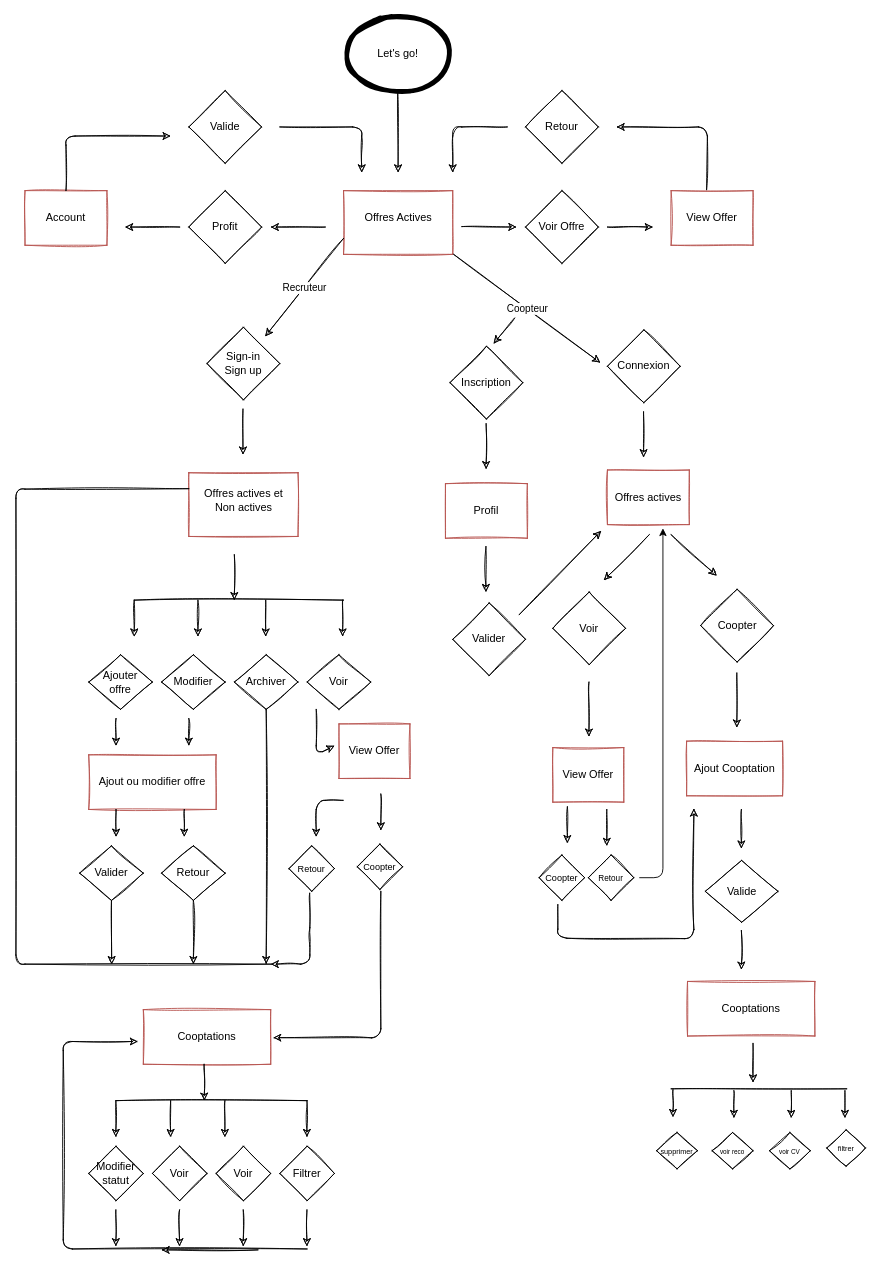
This is Untitled Diagram.drawio from ilanashley/EasyCoopt, a draw.io file, before an edit. Source tidied: cells renumbered, new cells numbered last; positions are measured from the earlier drawing's top-left corner, leaving out a move shared by most shapes. Both pictures are drawn from the tidied source at 91%, with x=0, y=0 at pixel (15, 17).
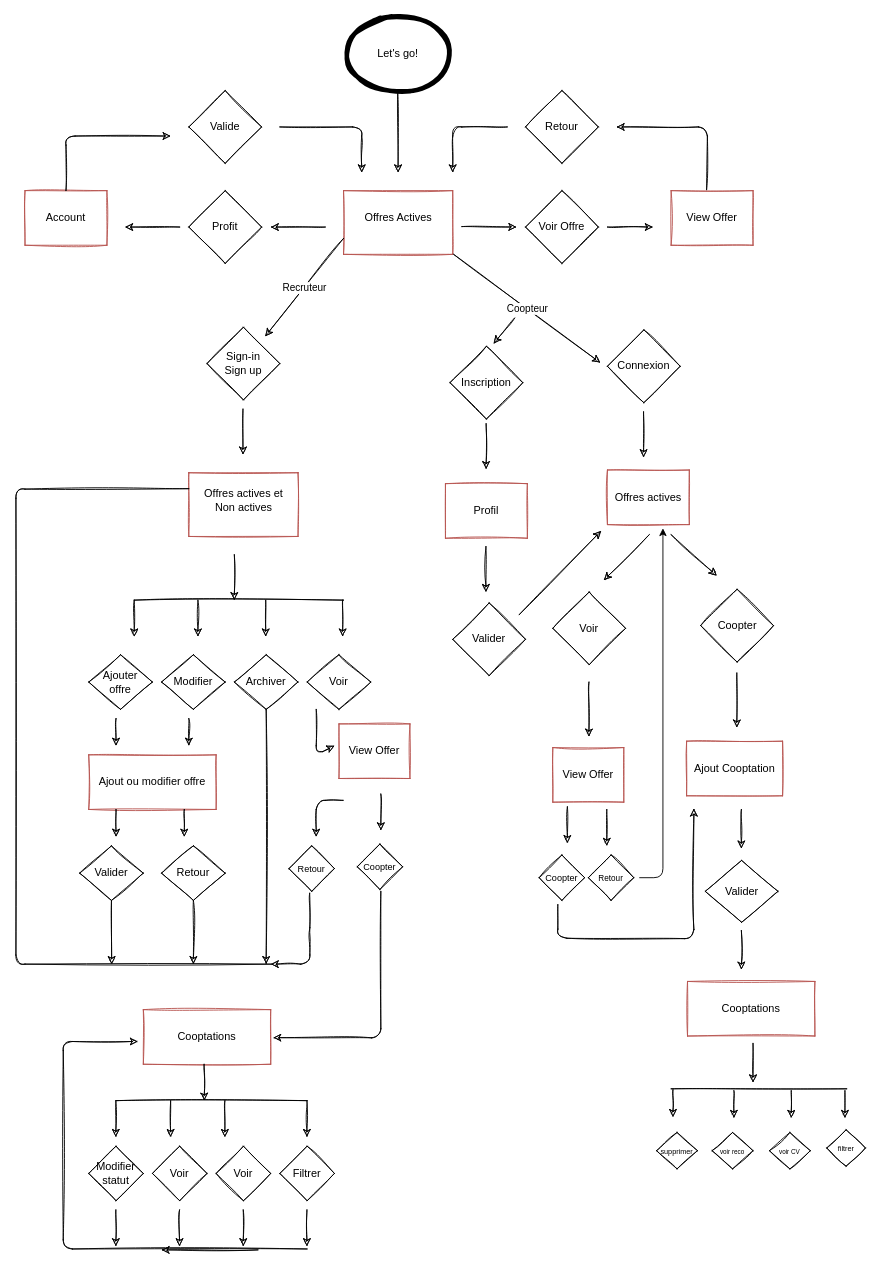
The same page after the edit.

The edit, as a diff of the source:
```diff
@@
-    <mxCell id="100" value="Valide" style="rhombus;whiteSpace=wrap;html=1;sketch=1;" parent="1" vertex="1">
+    <mxCell id="100" value="Valider" style="rhombus;whiteSpace=wrap;html=1;sketch=1;" parent="1" vertex="1">
       <mxGeometry x="757.5" y="926" width="80" height="68" as="geometry" />
     </mxCell>
```
